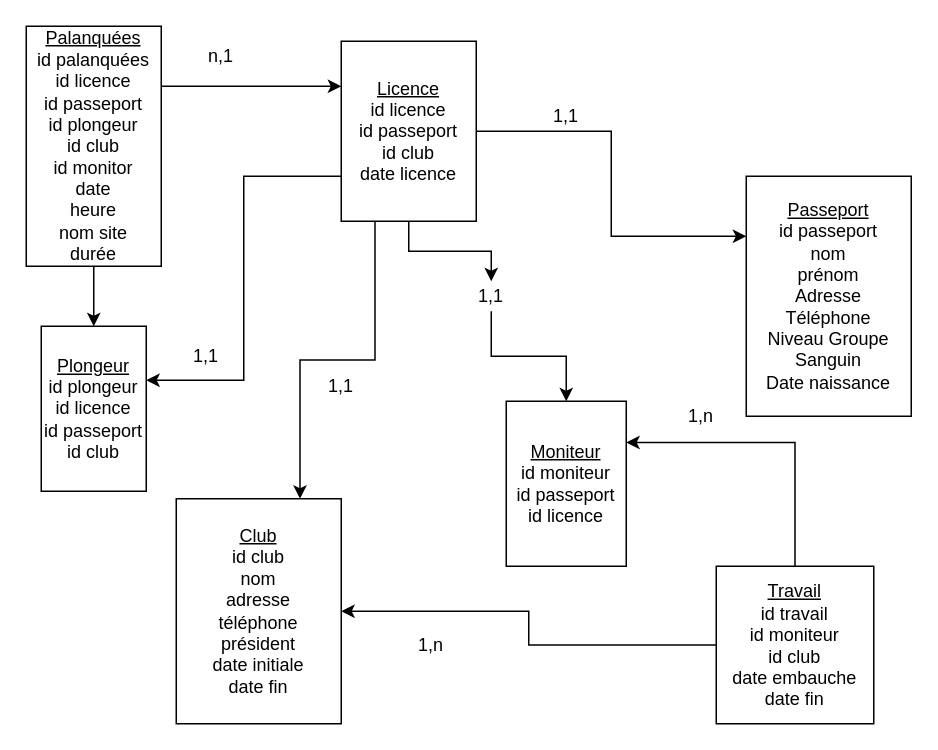
The draw.io diagram Untitled Diagram.drawio in gerrillari/shifumi, before the edit. Source tidied: cells renumbered, new cells numbered last; positions are measured from the earlier drawing's top-left corner, leaving out a move shared by most shapes. Both pictures are drawn from the tidied source at 150%, with x=0, y=0 at pixel (26, 26).
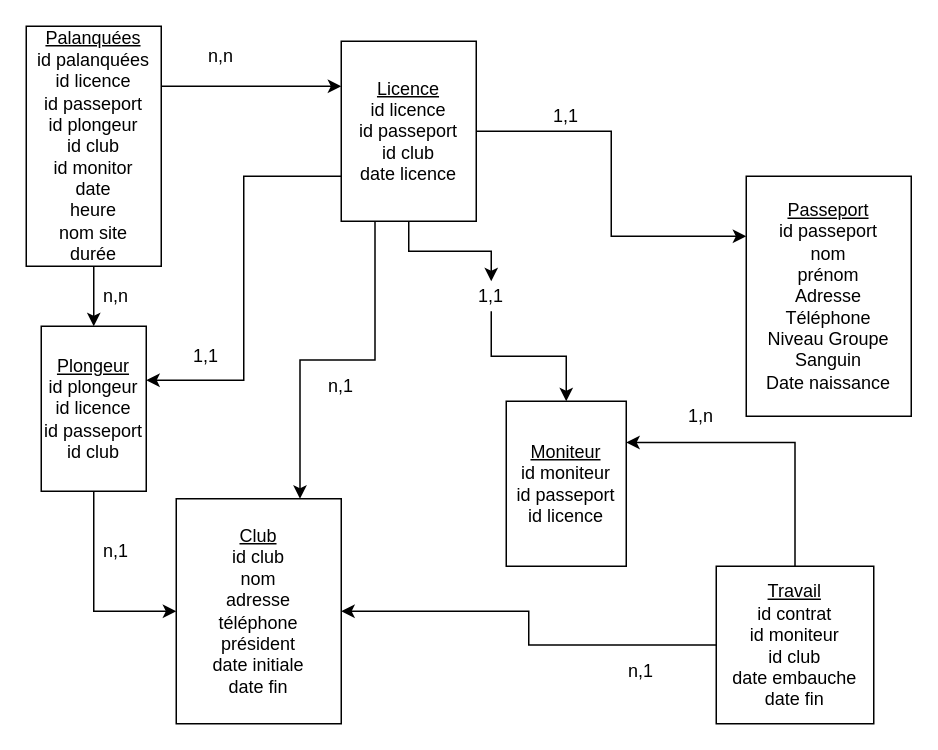
After the change.

Unchanged cells that the change refers to:
```xml
<mxCell id="8" value="&lt;u&gt;Club&lt;/u&gt;&lt;br&gt;id club&lt;br&gt;nom&lt;br&gt;adresse&lt;br&gt;téléphone&lt;br&gt;président&lt;br&gt;date initiale&lt;br&gt;date fin" style="rounded=0;whiteSpace=wrap;html=1;" parent="1" vertex="1">
  <mxGeometry x="100" y="315" width="110" height="150" as="geometry" />
</mxCell>
<mxCell id="10" value="&lt;u&gt;Plongeur&lt;/u&gt;&lt;br&gt;id plongeur&lt;br&gt;id licence&lt;br&gt;id passeport&lt;br&gt;id club" style="rounded=0;whiteSpace=wrap;html=1;" parent="1" vertex="1">
  <mxGeometry x="10" y="200" width="70" height="110" as="geometry" />
</mxCell>
```

Change to the diagram source:
```diff
@@
+    <mxCell id="25" style="edgeStyle=orthogonalEdgeStyle;rounded=0;jettySize=auto;html=1;exitX=0.5;exitY=1;exitDx=0;exitDy=0;entryX=0;entryY=0.5;entryDx=0;entryDy=0;" parent="1" edge="1" source="10" target="8">
+      <mxGeometry relative="1" as="geometry" />
+    </mxCell>
@@
-    <mxCell id="16" value="&lt;u&gt;Travail&lt;/u&gt;&lt;br&gt;id travail&lt;br&gt;id moniteur&lt;br&gt;id club&lt;br&gt;date embauche&lt;br&gt;date fin" style="whiteSpace=wrap;html=1;" parent="1" vertex="1">
+    <mxCell id="16" value="&lt;u&gt;Travail&lt;/u&gt;&lt;br&gt;id contrat&lt;br&gt;id moniteur&lt;br&gt;id club&lt;br&gt;date embauche&lt;br&gt;date fin" style="whiteSpace=wrap;html=1;" parent="1" vertex="1">
       <mxGeometry x="460" y="360" width="105" height="105" as="geometry" />
     </mxCell>
@@
-    <mxCell id="21" value="n,1" style="text;html=1;strokeColor=none;fillColor=none;align=center;verticalAlign=middle;whiteSpace=wrap;rounded=0;" parent="1" vertex="1">
+    <mxCell id="21" value="n,n" style="text;html=1;strokeColor=none;fillColor=none;align=center;verticalAlign=middle;whiteSpace=wrap;rounded=0;" parent="1" vertex="1">
       <mxGeometry x="110" y="10" width="40" height="20" as="geometry" />
     </mxCell>
@@
-    <mxCell id="23" value="1,1" style="text;html=1;strokeColor=none;fillColor=none;align=center;verticalAlign=middle;whiteSpace=wrap;rounded=0;" parent="1" vertex="1">
+    <mxCell id="23" value="n,1" style="text;html=1;strokeColor=none;fillColor=none;align=center;verticalAlign=middle;whiteSpace=wrap;rounded=0;" parent="1" vertex="1">
       <mxGeometry x="190" y="230" width="40" height="20" as="geometry" />
     </mxCell>
-    <mxCell id="24" value="1,n" style="text;html=1;strokeColor=none;fillColor=none;align=center;verticalAlign=middle;whiteSpace=wrap;rounded=0;" parent="1" vertex="1">
-      <mxGeometry x="250" y="402.5" width="40" height="20" as="geometry" />
+    <mxCell id="24" value="n,1" style="text;html=1;strokeColor=none;fillColor=none;align=center;verticalAlign=middle;whiteSpace=wrap;rounded=0;" parent="1" vertex="1">
+      <mxGeometry x="390" y="420" width="40" height="20" as="geometry" />
     </mxCell>
+    <mxCell id="26" value="n,n" style="text;html=1;strokeColor=none;fillColor=none;align=center;verticalAlign=middle;whiteSpace=wrap;rounded=0;" parent="1" vertex="1">
+      <mxGeometry x="40" y="170" width="40" height="20" as="geometry" />
+    </mxCell>
+    <mxCell id="27" value="n,1" style="text;html=1;strokeColor=none;fillColor=none;align=center;verticalAlign=middle;whiteSpace=wrap;rounded=0;" parent="1" vertex="1">
+      <mxGeometry x="40" y="340" width="40" height="20" as="geometry" />
+    </mxCell>
```
